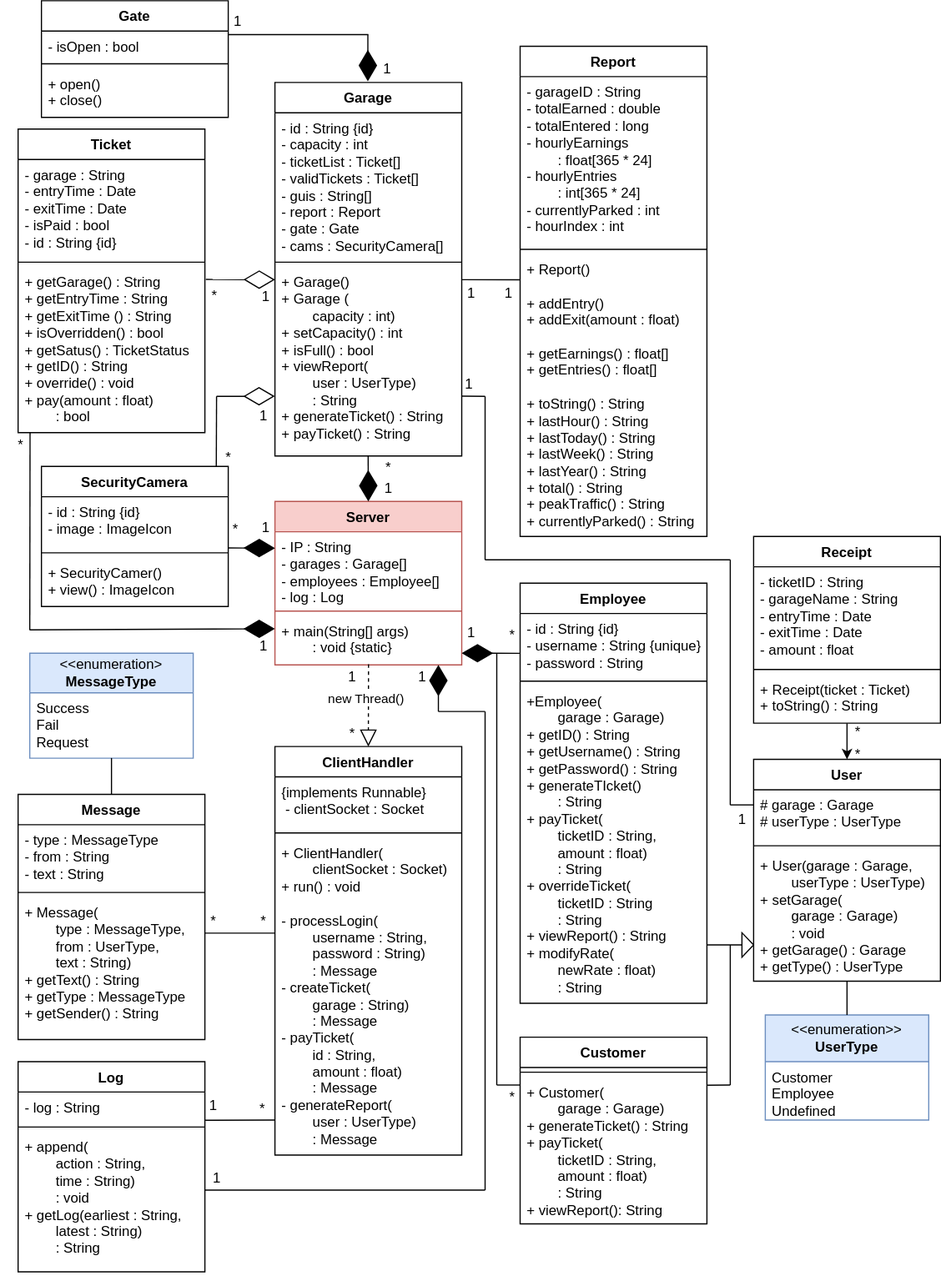
This is design/Diagrams/ServerSideFull.svg from CSUEB-CS401-02-SP25-Group-Project-1/parking-garage-system, a draw.io export, as it was before one commit. Source tidied: cells renumbered, new cells last; positions are measured from the earlier drawing's top-left corner, leaving out a move shared by most shapes.
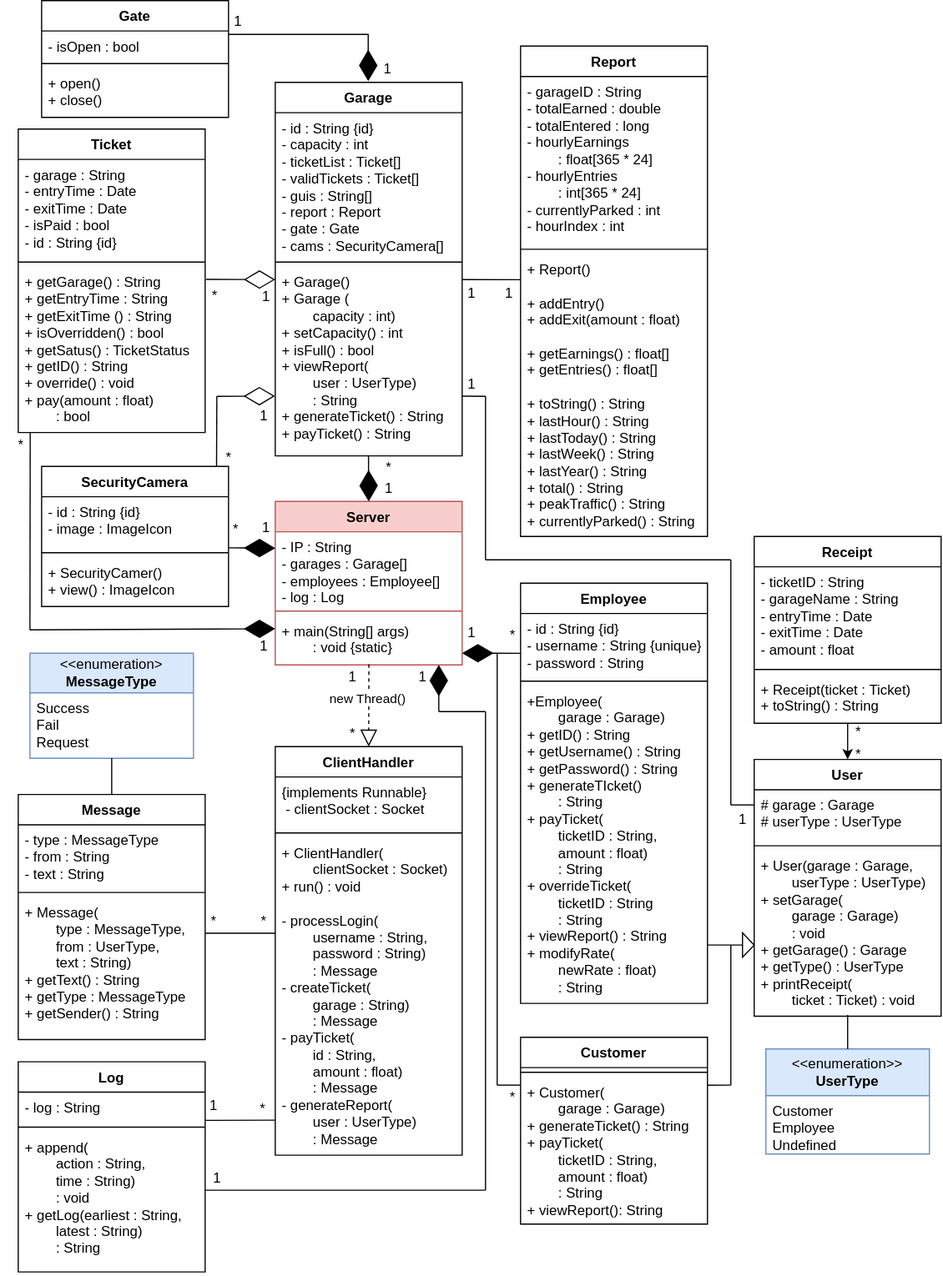
After the change.

Commit message:
Added printReceipt() to User in ServerSideFull

Change to the diagram source:
```diff
@@ -78,7 +78,7 @@
       <mxGeometry y="34" width="160" height="126" as="geometry" />
     </mxCell>
     <mxCell id="27" value="User" style="swimlane;fontStyle=1;align=center;verticalAlign=top;horizontal=1;startSize=26;whiteSpace=wrap;html=1;" parent="1" vertex="1">
-      <mxGeometry x="643" y="650" width="160" height="190" as="geometry" />
+      <mxGeometry x="643" y="650" width="160" height="220" as="geometry" />
     </mxCell>
     <mxCell id="28" value="&lt;div&gt;# garage : Garage&lt;/div&gt;&lt;div&gt;# userType : UserType&lt;/div&gt;" style="text;strokeColor=none;fillColor=none;align=left;verticalAlign=top;spacingLeft=4;spacingRight=4;overflow=hidden;whiteSpace=wrap;html=1;" parent="27" vertex="1">
       <mxGeometry y="26" width="160" height="44" as="geometry" />
@@ -86,11 +86,11 @@
     <mxCell id="29" style="line;strokeWidth=1;fillColor=none;align=left;verticalAlign=middle;spacingTop=-1;spacingLeft=3;spacingRight=3;labelPosition=right;strokeColor=inherit;" parent="27" vertex="1">
       <mxGeometry y="70" width="160" height="8" as="geometry" />
     </mxCell>
-    <mxCell id="30" value="&lt;div&gt;+ User(garage : Garage,&lt;/div&gt;&lt;div&gt;&lt;span style=&quot;white-space: pre;&quot;&gt;&#9;&lt;/span&gt;userType : UserType)&lt;/div&gt;&lt;div&gt;+ setGarage(&lt;/div&gt;&lt;div&gt;&lt;span style=&quot;white-space: pre;&quot;&gt;&#9;&lt;/span&gt;garage : Garage)&lt;/div&gt;&lt;div&gt;&lt;span style=&quot;white-space: pre;&quot;&gt;&#9;&lt;/span&gt;: void&lt;/div&gt;&lt;div&gt;+ getGarage() : Garage&lt;/div&gt;&lt;div&gt;+ getType() : UserType&lt;/div&gt;" style="text;strokeColor=none;fillColor=none;align=left;verticalAlign=top;spacingLeft=4;spacingRight=4;overflow=hidden;points=[[0,0.5],[1,0.5]];portConstraint=eastwest;whiteSpace=wrap;html=1;" parent="27" vertex="1">
-      <mxGeometry y="78" width="160" height="112" as="geometry" />
+    <mxCell id="30" value="&lt;div&gt;+ User(garage : Garage,&lt;/div&gt;&lt;div&gt;&lt;span style=&quot;white-space: pre;&quot;&gt;&#9;&lt;/span&gt;userType : UserType)&lt;/div&gt;&lt;div&gt;+ setGarage(&lt;/div&gt;&lt;div&gt;&lt;span style=&quot;white-space: pre;&quot;&gt;&#9;&lt;/span&gt;garage : Garage)&lt;/div&gt;&lt;div&gt;&lt;span style=&quot;white-space: pre;&quot;&gt;&#9;&lt;/span&gt;: void&lt;/div&gt;&lt;div&gt;+ getGarage() : Garage&lt;/div&gt;&lt;div&gt;+ getType() : UserType&lt;/div&gt;&lt;div&gt;+ printReceipt(&lt;/div&gt;&lt;div&gt;&lt;span style=&quot;white-space: pre;&quot;&gt;&#9;&lt;/span&gt;ticket : Ticket) : void&lt;/div&gt;" style="text;strokeColor=none;fillColor=none;align=left;verticalAlign=top;spacingLeft=4;spacingRight=4;overflow=hidden;points=[[0,0.5],[1,0.5]];portConstraint=eastwest;whiteSpace=wrap;html=1;" parent="27" vertex="1">
+      <mxGeometry y="78" width="160" height="142" as="geometry" />
     </mxCell>
     <mxCell id="31" value="&lt;div&gt;&amp;lt;&amp;lt;enumeration&amp;gt;&amp;gt;&lt;/div&gt;&lt;div&gt;&lt;b&gt;UserType&lt;/b&gt;&lt;/div&gt;" style="swimlane;fontStyle=0;horizontal=1;startSize=40;fillColor=#dae8fc;whiteSpace=wrap;html=1;strokeColor=#6c8ebf;" parent="1" vertex="1">
-      <mxGeometry x="653" y="869" width="140" height="90" as="geometry" />
+      <mxGeometry x="653" y="898" width="140" height="90" as="geometry" />
     </mxCell>
     <mxCell id="32" value="&lt;div&gt;Customer&lt;/div&gt;&lt;div&gt;Employee&lt;/div&gt;&lt;div&gt;Undefined&lt;/div&gt;" style="text;strokeColor=none;fillColor=none;align=left;verticalAlign=top;spacingLeft=4;spacingRight=4;overflow=hidden;whiteSpace=wrap;html=1;" parent="31" vertex="1">
       <mxGeometry y="40" width="140" height="50" as="geometry" />
@@ -131,8 +131,10 @@
     <mxCell id="44" value="&lt;div&gt;+ Report()&lt;/div&gt;&lt;div&gt;&lt;br&gt;&lt;/div&gt;&lt;div&gt;+ addEntry()&lt;/div&gt;&lt;div&gt;+ addExit(amount : float)&lt;/div&gt;&lt;div&gt;&lt;br&gt;&lt;/div&gt;&lt;div&gt;+ getEarnings() : float[]&lt;/div&gt;&lt;div&gt;+ getEntries() : float[]&lt;/div&gt;&lt;div&gt;&lt;br&gt;&lt;/div&gt;&lt;div&gt;+ toString() : String&lt;/div&gt;&lt;div&gt;+ lastHour() : String&lt;/div&gt;&lt;div&gt;+ lastToday() : String&lt;/div&gt;&lt;div&gt;+ lastWeek() : String&lt;/div&gt;&lt;div&gt;+ lastYear() : String&lt;/div&gt;&lt;div&gt;+ total() : String&lt;/div&gt;&lt;div&gt;+ peakTraffic() : String&lt;/div&gt;&lt;div&gt;+ currentlyParked() : String&lt;/div&gt;" style="text;strokeColor=none;fillColor=none;align=left;verticalAlign=top;spacingLeft=4;spacingRight=4;overflow=hidden;whiteSpace=wrap;html=1;" parent="41" vertex="1">
       <mxGeometry y="178" width="160" height="242" as="geometry" />
     </mxCell>
-    <mxCell id="45" style="endArrow=none;html=1;rounded=0;entryX=0.5;entryY=0;entryDx=0;entryDy=0;exitX=0.5;exitY=0.999;exitDx=0;exitDy=0;exitPerimeter=0;" parent="1" edge="1" source="30" target="31">
-      <mxGeometry relative="1" as="geometry" />
+    <mxCell id="45" style="endArrow=none;html=1;rounded=0;entryX=0.5;entryY=0;entryDx=0;entryDy=0;exitX=0.5;exitY=0.999;exitDx=0;exitDy=0;exitPerimeter=0;" parent="1" edge="1" target="31">
+      <mxGeometry relative="1" as="geometry">
+        <mxPoint x="723" y="868.9" as="sourcePoint" />
+      </mxGeometry>
     </mxCell>
     <mxCell id="46" style="endArrow=classic;html=1;rounded=0;entryX=0.5;entryY=0;entryDx=0;entryDy=0;exitX=0.5;exitY=1.003;exitDx=0;exitDy=0;exitPerimeter=0;" parent="1" edge="1" source="23" target="27">
       <mxGeometry relative="1" as="geometry" />
@@ -261,7 +263,7 @@
       <mxGeometry x="618" y="687" width="30" height="30" as="geometry" />
     </mxCell>
     <mxCell id="79" value="1" style="text;html=1;align=center;verticalAlign=middle;strokeColor=none;fillColor=none;" parent="1" vertex="1">
-      <mxGeometry x="384" y="314" width="30" height="30" as="geometry" />
+      <mxGeometry x="386" y="314" width="30" height="30" as="geometry" />
     </mxCell>
     <mxCell id="80" style="endArrow=none;html=1;rounded=0;" parent="1" edge="1">
       <mxGeometry relative="1" as="geometry">
```
